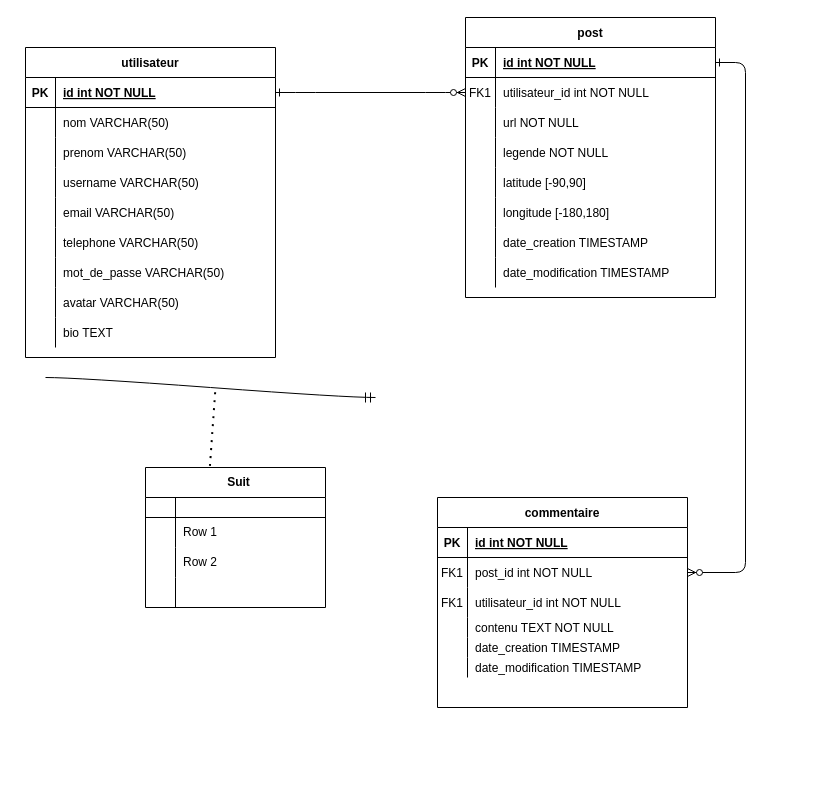
Earlier version of the draw.io diagram SQLChris-Insta-ERD.drawio (DPOsengo/SQLChris-Insta). Source tidied: cells renumbered, new cells numbered last; positions are measured from the earlier drawing's top-left corner, leaving out a move shared by most shapes. Both pictures are drawn from the tidied source at 100%, with x=0, y=0 at pixel (25, 17).
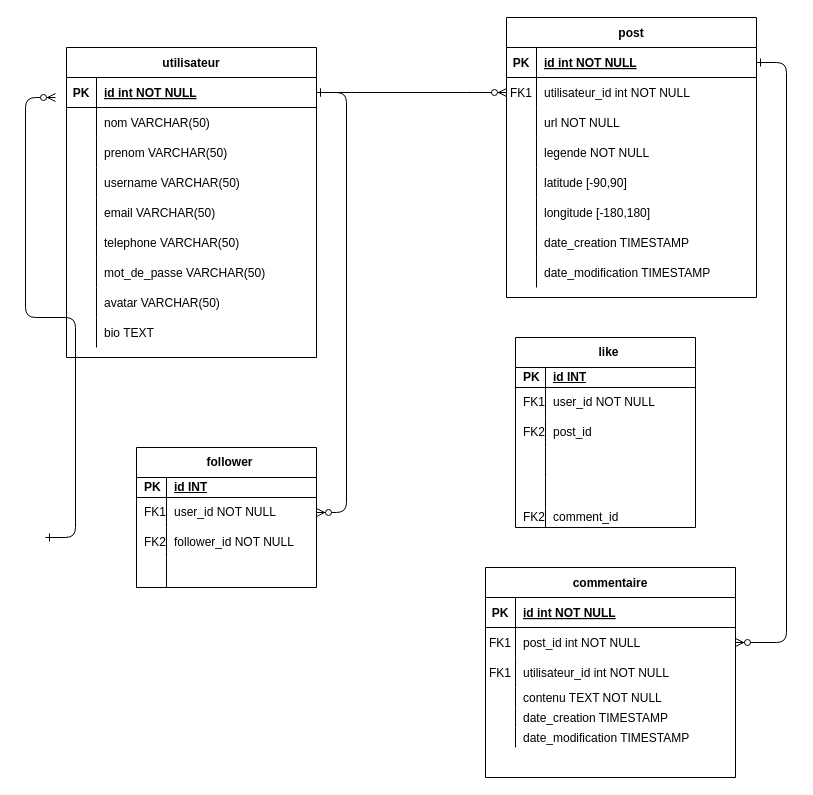
After the change.

Commit message (it also covers changes not shown here):
Mettre à jour SQLChris-Insta-ERD.drawio

The change refers to these unchanged cells:
```xml
<mxCell id="49" style="shape=partialRectangle;fillColor=none;points=[[0,0.5],[1,0.5]];portConstraint=eastwest;top=0;left=0;right=0;bottom=1;" parent="48" vertex="1">
  <mxGeometry y="30" width="250" height="30" as="geometry" />
</mxCell>
<mxCell id="77" style="shape=tableRow;horizontal=0;startSize=0;swimlaneHead=0;swimlaneBody=0;fillColor=none;top=0;left=0;right=0;bottom=1;strokeColor=default;align=left;verticalAlign=middle;spacingLeft=6;fontFamily=Helvetica;fontSize=12;fontColor=default;" parent="76" vertex="1">
  <mxGeometry y="30" width="180" height="20" as="geometry" />
</mxCell>
<mxCell id="80" style="shape=tableRow;horizontal=0;startSize=0;swimlaneHead=0;swimlaneBody=0;fillColor=none;points=[[0,0.5],[1,0.5]];portConstraint=eastwest;top=0;left=0;right=0;bottom=0;strokeColor=default;align=left;verticalAlign=middle;spacingLeft=6;fontFamily=Helvetica;fontSize=12;fontColor=default;" parent="76" vertex="1">
  <mxGeometry y="50" width="180" height="30" as="geometry" />
</mxCell>
<mxCell id="83" style="shape=tableRow;horizontal=0;startSize=0;swimlaneHead=0;swimlaneBody=0;fillColor=none;top=0;left=0;right=0;bottom=0;strokeColor=default;align=left;verticalAlign=middle;spacingLeft=6;fontFamily=Helvetica;fontSize=12;fontColor=default;" parent="76" vertex="1">
  <mxGeometry y="80" width="180" height="30" as="geometry" />
</mxCell>
```

The edit, as a diff of the source:
```diff
@@
     <mxCell id="4" value="post" style="shape=table;startSize=30;childLayout=tableLayout;rowLines=0;fontStyle=1;align=center;" parent="1" vertex="1">
-      <mxGeometry x="440" width="250" height="280" as="geometry" />
+      <mxGeometry x="481" width="250" height="280" as="geometry" />
     </mxCell>
@@
     <mxCell id="29" value="commentaire" style="shape=table;startSize=30;childLayout=tableLayout;rowLines=0;fontStyle=1;align=center;" parent="1" vertex="1">
-      <mxGeometry x="412" y="480" width="250" height="210" as="geometry" />
+      <mxGeometry x="460" y="550" width="250" height="210" as="geometry" />
     </mxCell>
@@
     <mxCell id="48" value="utilisateur" style="shape=table;startSize=30;childLayout=tableLayout;rowLines=0;fontStyle=1;align=center;" parent="1" vertex="1">
-      <mxGeometry y="30" width="250" height="310" as="geometry" />
+      <mxGeometry x="41" y="30" width="250" height="310" as="geometry" />
     </mxCell>
@@
-    <mxCell id="76" value="Suit" style="shape=table;startSize=30;childLayout=tableLayout;rowLines=0;fontStyle=1;align=center;html=1;strokeColor=default;verticalAlign=middle;spacingLeft=6;fontFamily=Helvetica;fontSize=12;fontColor=default;fillColor=none;" parent="1" vertex="1">
-      <mxGeometry x="120" y="450" width="180" height="140" as="geometry" />
+    <mxCell id="76" value="follower" style="shape=table;startSize=30;childLayout=tableLayout;rowLines=0;fontStyle=1;align=center;html=1;strokeColor=default;verticalAlign=middle;spacingLeft=6;fontFamily=Helvetica;fontSize=12;fontColor=default;fillColor=none;" parent="1" vertex="1">
+      <mxGeometry x="111" y="430" width="180" height="140" as="geometry" />
     </mxCell>
@@
-    <mxCell id="78" style="shape=partialRectangle;fillColor=none;top=0;left=0;bottom=0;right=0;fontStyle=1;overflow=hidden;whiteSpace=wrap;html=1;strokeColor=default;align=left;verticalAlign=middle;spacingLeft=6;fontFamily=Helvetica;fontSize=12;fontColor=default;" parent="77" vertex="1">
+    <mxCell id="78" value="PK" style="shape=partialRectangle;fillColor=none;top=0;left=0;bottom=0;right=0;fontStyle=1;overflow=hidden;whiteSpace=wrap;html=1;strokeColor=default;align=left;verticalAlign=middle;spacingLeft=6;fontFamily=Helvetica;fontSize=12;fontColor=default;" parent="77" vertex="1">
       <mxGeometry width="30" height="20" as="geometry" />
     </mxCell>
-    <mxCell id="79" style="shape=partialRectangle;fillColor=none;top=0;left=0;bottom=0;right=0;align=left;spacingLeft=6;fontStyle=5;overflow=hidden;whiteSpace=wrap;html=1;strokeColor=default;verticalAlign=middle;fontFamily=Helvetica;fontSize=12;fontColor=default;" parent="77" vertex="1">
+    <mxCell id="79" value="id INT" style="shape=partialRectangle;fillColor=none;top=0;left=0;bottom=0;right=0;align=left;spacingLeft=6;fontStyle=5;overflow=hidden;whiteSpace=wrap;html=1;strokeColor=default;verticalAlign=middle;fontFamily=Helvetica;fontSize=12;fontColor=default;" parent="77" vertex="1">
       <mxGeometry x="30" width="150" height="20" as="geometry" />
     </mxCell>
@@
-    <mxCell id="81" style="shape=partialRectangle;fillColor=none;top=0;left=0;bottom=0;right=0;overflow=hidden;whiteSpace=wrap;html=1;strokeColor=default;align=left;verticalAlign=middle;spacingLeft=6;fontFamily=Helvetica;fontSize=12;fontColor=default;" parent="80" vertex="1">
+    <mxCell id="81" value="FK1" style="shape=partialRectangle;fillColor=none;top=0;left=0;bottom=0;right=0;overflow=hidden;whiteSpace=wrap;html=1;strokeColor=default;align=left;verticalAlign=middle;spacingLeft=6;fontFamily=Helvetica;fontSize=12;fontColor=default;" parent="80" vertex="1">
       <mxGeometry width="30" height="30" as="geometry" />
     </mxCell>
-    <mxCell id="82" value="Row 1" style="shape=partialRectangle;fillColor=none;top=0;left=0;bottom=0;right=0;align=left;spacingLeft=6;overflow=hidden;whiteSpace=wrap;html=1;strokeColor=default;verticalAlign=middle;fontFamily=Helvetica;fontSize=12;fontColor=default;" parent="80" vertex="1">
+    <mxCell id="82" value="user_id NOT NULL" style="shape=partialRectangle;fillColor=none;top=0;left=0;bottom=0;right=0;align=left;spacingLeft=6;overflow=hidden;whiteSpace=wrap;html=1;strokeColor=default;verticalAlign=middle;fontFamily=Helvetica;fontSize=12;fontColor=default;" parent="80" vertex="1">
       <mxGeometry x="30" width="150" height="30" as="geometry" />
     </mxCell>
@@
-    <mxCell id="84" style="shape=partialRectangle;fillColor=none;top=0;left=0;bottom=0;right=0;overflow=hidden;whiteSpace=wrap;html=1;strokeColor=default;align=left;verticalAlign=middle;spacingLeft=6;fontFamily=Helvetica;fontSize=12;fontColor=default;" parent="83" vertex="1">
+    <mxCell id="84" value="FK2" style="shape=partialRectangle;fillColor=none;top=0;left=0;bottom=0;right=0;overflow=hidden;whiteSpace=wrap;html=1;strokeColor=default;align=left;verticalAlign=middle;spacingLeft=6;fontFamily=Helvetica;fontSize=12;fontColor=default;" parent="83" vertex="1">
       <mxGeometry width="30" height="30" as="geometry" />
     </mxCell>
-    <mxCell id="85" value="Row 2" style="shape=partialRectangle;fillColor=none;top=0;left=0;bottom=0;right=0;align=left;spacingLeft=6;overflow=hidden;whiteSpace=wrap;html=1;strokeColor=default;verticalAlign=middle;fontFamily=Helvetica;fontSize=12;fontColor=default;" parent="83" vertex="1">
+    <mxCell id="85" value="follower_id NOT NULL" style="shape=partialRectangle;fillColor=none;top=0;left=0;bottom=0;right=0;align=left;spacingLeft=6;overflow=hidden;whiteSpace=wrap;html=1;strokeColor=default;verticalAlign=middle;fontFamily=Helvetica;fontSize=12;fontColor=default;" parent="83" vertex="1">
       <mxGeometry x="30" width="150" height="30" as="geometry" />
     </mxCell>
@@
-    <mxCell id="89" style="edgeStyle=entityRelationEdgeStyle;fontSize=12;html=1;endArrow=ERmandOne;rounded=0;fontFamily=Helvetica;fontColor=default;startSize=8;endSize=8;curved=1;strokeColor=default;" parent="1" edge="1">
-      <mxGeometry relative="1" as="geometry">
-        <mxPoint x="20" y="360" as="sourcePoint" />
-        <mxPoint x="350" y="380" as="targetPoint" />
-        <Array as="points">
-          <mxPoint x="70" y="490" />
-          <mxPoint x="150" y="440" />
-          <mxPoint x="70" y="400" />
-          <mxPoint x="150" y="410" />
-          <mxPoint x="200" y="430" />
-          <mxPoint x="340" y="390" />
-          <mxPoint x="125" y="450" />
-          <mxPoint x="210" y="450" />
-        </Array>
-      </mxGeometry>
-    </mxCell>
-    <mxCell id="90" style="endArrow=none;dashed=1;html=1;dashPattern=1 3;strokeWidth=2;rounded=0;fontFamily=Helvetica;fontSize=12;fontColor=default;startSize=8;endSize=8;curved=1;exitX=0.358;exitY=-0.012;exitDx=0;exitDy=0;exitPerimeter=0;" parent="1" edge="1" source="76">
-      <mxGeometry relative="1" as="geometry">
-        <mxPoint x="190" y="370" as="targetPoint" />
-      </mxGeometry>
-    </mxCell>
+    <mxCell id="91" style="edgeStyle=entityRelationEdgeStyle;endArrow=ERzeroToMany;startArrow=ERone;endFill=1;startFill=0;entryX=1;entryY=0.5;entryDx=0;entryDy=0;exitX=1;exitY=0.5;exitDx=0;exitDy=0;" parent="1" edge="1" source="49" target="80">
+      <mxGeometry relative="1" as="geometry" />
+    </mxCell>
+    <mxCell id="92" style="edgeStyle=entityRelationEdgeStyle;endArrow=ERzeroToMany;startArrow=ERone;endFill=1;startFill=0;" parent="1" edge="1">
+      <mxGeometry relative="1" as="geometry">
+        <mxPoint x="20" y="520" as="sourcePoint" />
+        <mxPoint x="30" y="80" as="targetPoint" />
+        <Array as="points">
+          <mxPoint x="-11" y="310" />
+          <mxPoint x="60" y="400" />
+          <mxPoint y="280" />
+          <mxPoint x="10" y="200" />
+          <mxPoint x="30" y="220" />
+        </Array>
+      </mxGeometry>
+    </mxCell>
+    <mxCell id="93" value="like" style="shape=table;startSize=30;childLayout=tableLayout;rowLines=0;fontStyle=1;align=center;html=1;strokeColor=default;verticalAlign=middle;spacingLeft=6;fontFamily=Helvetica;fontSize=12;fontColor=default;fillColor=none;" parent="1" vertex="1">
+      <mxGeometry x="490" y="320" width="180" height="190" as="geometry" />
+    </mxCell>
+    <mxCell id="94" style="shape=tableRow;horizontal=0;startSize=0;swimlaneHead=0;swimlaneBody=0;fillColor=none;top=0;left=0;right=0;bottom=1;strokeColor=default;align=left;verticalAlign=middle;spacingLeft=6;fontFamily=Helvetica;fontSize=12;fontColor=default;" parent="93" vertex="1">
+      <mxGeometry y="30" width="180" height="20" as="geometry" />
+    </mxCell>
+    <mxCell id="95" value="PK" style="shape=partialRectangle;fillColor=none;top=0;left=0;bottom=0;right=0;fontStyle=1;overflow=hidden;whiteSpace=wrap;html=1;strokeColor=default;align=left;verticalAlign=middle;spacingLeft=6;fontFamily=Helvetica;fontSize=12;fontColor=default;" parent="94" vertex="1">
+      <mxGeometry width="30" height="20" as="geometry" />
+    </mxCell>
+    <mxCell id="96" value="id INT" style="shape=partialRectangle;fillColor=none;top=0;left=0;bottom=0;right=0;align=left;spacingLeft=6;fontStyle=5;overflow=hidden;whiteSpace=wrap;html=1;strokeColor=default;verticalAlign=middle;fontFamily=Helvetica;fontSize=12;fontColor=default;" parent="94" vertex="1">
+      <mxGeometry x="30" width="150" height="20" as="geometry" />
+    </mxCell>
+    <mxCell id="97" style="shape=tableRow;horizontal=0;startSize=0;swimlaneHead=0;swimlaneBody=0;fillColor=none;top=0;left=0;right=0;bottom=0;strokeColor=default;align=left;verticalAlign=middle;spacingLeft=6;fontFamily=Helvetica;fontSize=12;fontColor=default;" parent="93" vertex="1">
+      <mxGeometry y="50" width="180" height="30" as="geometry" />
+    </mxCell>
+    <mxCell id="98" value="FK1" style="shape=partialRectangle;fillColor=none;top=0;left=0;bottom=0;right=0;overflow=hidden;whiteSpace=wrap;html=1;strokeColor=default;align=left;verticalAlign=middle;spacingLeft=6;fontFamily=Helvetica;fontSize=12;fontColor=default;" parent="97" vertex="1">
+      <mxGeometry width="30" height="30" as="geometry" />
+    </mxCell>
+    <mxCell id="99" value="user_id NOT NULL" style="shape=partialRectangle;fillColor=none;top=0;left=0;bottom=0;right=0;align=left;spacingLeft=6;overflow=hidden;whiteSpace=wrap;html=1;strokeColor=default;verticalAlign=middle;fontFamily=Helvetica;fontSize=12;fontColor=default;" parent="97" vertex="1">
+      <mxGeometry x="30" width="150" height="30" as="geometry" />
+    </mxCell>
+    <mxCell id="100" style="shape=tableRow;horizontal=0;startSize=0;swimlaneHead=0;swimlaneBody=0;fillColor=none;top=0;left=0;right=0;bottom=0;strokeColor=default;align=left;verticalAlign=middle;spacingLeft=6;fontFamily=Helvetica;fontSize=12;fontColor=default;" parent="93" vertex="1">
+      <mxGeometry y="80" width="180" height="30" as="geometry" />
+    </mxCell>
+    <mxCell id="101" value="FK2" style="shape=partialRectangle;fillColor=none;top=0;left=0;bottom=0;right=0;overflow=hidden;whiteSpace=wrap;html=1;strokeColor=default;align=left;verticalAlign=middle;spacingLeft=6;fontFamily=Helvetica;fontSize=12;fontColor=default;" parent="100" vertex="1">
+      <mxGeometry width="30" height="30" as="geometry" />
+    </mxCell>
+    <mxCell id="102" value="post_id" style="shape=partialRectangle;fillColor=none;top=0;left=0;bottom=0;right=0;align=left;spacingLeft=6;overflow=hidden;whiteSpace=wrap;html=1;strokeColor=default;verticalAlign=middle;fontFamily=Helvetica;fontSize=12;fontColor=default;" parent="100" vertex="1">
+      <mxGeometry x="30" width="150" height="30" as="geometry" />
+    </mxCell>
+    <mxCell id="103" style="shape=tableRow;horizontal=0;startSize=0;swimlaneHead=0;swimlaneBody=0;fillColor=none;top=0;left=0;right=0;bottom=0;strokeColor=default;align=left;verticalAlign=middle;spacingLeft=6;fontFamily=Helvetica;fontSize=12;fontColor=default;" parent="93" vertex="1">
+      <mxGeometry y="110" width="180" height="30" as="geometry" />
+    </mxCell>
+    <mxCell id="104" style="shape=partialRectangle;fillColor=none;top=0;left=0;bottom=0;right=0;overflow=hidden;whiteSpace=wrap;html=1;strokeColor=default;align=left;verticalAlign=middle;spacingLeft=6;fontFamily=Helvetica;fontSize=12;fontColor=default;" parent="103" vertex="1">
+      <mxGeometry width="30" height="30" as="geometry" />
+    </mxCell>
+    <mxCell id="105" style="shape=partialRectangle;fillColor=none;top=0;left=0;bottom=0;right=0;align=left;spacingLeft=6;overflow=hidden;whiteSpace=wrap;html=1;strokeColor=default;verticalAlign=middle;fontFamily=Helvetica;fontSize=12;fontColor=default;" parent="103" vertex="1">
+      <mxGeometry x="30" width="150" height="30" as="geometry" />
+    </mxCell>
+    <mxCell id="106" style="shape=tableRow;horizontal=0;startSize=0;swimlaneHead=0;swimlaneBody=0;fillColor=none;top=0;left=0;right=0;bottom=0;strokeColor=default;align=left;verticalAlign=middle;spacingLeft=6;fontFamily=Helvetica;fontSize=12;fontColor=default;" parent="93" vertex="1">
+      <mxGeometry y="140" width="180" height="30" as="geometry" />
+    </mxCell>
+    <mxCell id="107" style="shape=partialRectangle;fillColor=none;top=0;left=0;bottom=0;right=0;overflow=hidden;whiteSpace=wrap;html=1;strokeColor=default;align=left;verticalAlign=middle;spacingLeft=6;fontFamily=Helvetica;fontSize=12;fontColor=default;" parent="106" vertex="1">
+      <mxGeometry width="30" height="30" as="geometry" />
+    </mxCell>
+    <mxCell id="108" style="shape=partialRectangle;fillColor=none;top=0;left=0;bottom=0;right=0;align=left;spacingLeft=6;overflow=hidden;whiteSpace=wrap;html=1;strokeColor=default;verticalAlign=middle;fontFamily=Helvetica;fontSize=12;fontColor=default;" parent="106" vertex="1">
+      <mxGeometry x="30" width="150" height="30" as="geometry" />
+    </mxCell>
+    <mxCell id="109" style="shape=tableRow;horizontal=0;startSize=0;swimlaneHead=0;swimlaneBody=0;fillColor=none;top=0;left=0;right=0;bottom=0;strokeColor=default;align=left;verticalAlign=middle;spacingLeft=6;fontFamily=Helvetica;fontSize=12;fontColor=default;" parent="93" vertex="1">
+      <mxGeometry y="170" width="180" height="20" as="geometry" />
+    </mxCell>
+    <mxCell id="110" value="FK2" style="shape=partialRectangle;fillColor=none;top=0;left=0;bottom=0;right=0;overflow=hidden;whiteSpace=wrap;html=1;strokeColor=default;align=left;verticalAlign=middle;spacingLeft=6;fontFamily=Helvetica;fontSize=12;fontColor=default;" parent="109" vertex="1">
+      <mxGeometry width="30" height="20" as="geometry" />
+    </mxCell>
+    <mxCell id="111" value="comment_id" style="shape=partialRectangle;fillColor=none;top=0;left=0;bottom=0;right=0;align=left;spacingLeft=6;overflow=hidden;whiteSpace=wrap;html=1;strokeColor=default;verticalAlign=middle;fontFamily=Helvetica;fontSize=12;fontColor=default;" parent="109" vertex="1">
+      <mxGeometry x="30" width="150" height="20" as="geometry" />
+    </mxCell>
```
